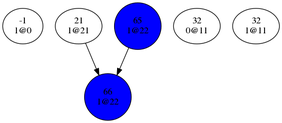
This is dev/bin/conflictGraph0.png from Oxmose/SATSolver, a Graphviz export, as it was before one commit. Its source is kept beside it as dev/bin/conflictGraph0.dot.
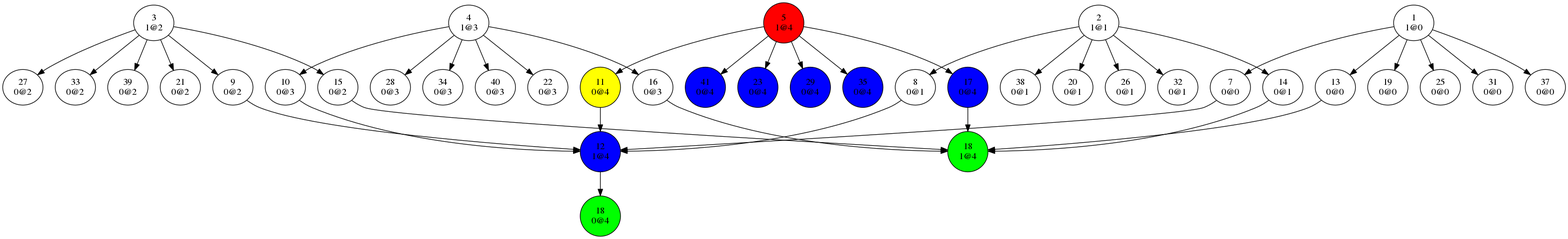
After the change.

Diff of the diagram source:
```diff
@@ -1,18 +1,189 @@
 digraph {
-"-1
-1@0";
+"1
+1@0"->"7
+0@0";
+"1
+1@0"->"13
+0@0";
+"1
+1@0"->"19
+0@0";
+"1
+1@0"->"25
+0@0";
+"1
+1@0"->"31
+0@0";
+"1
+1@0"->"37
+0@0";
+"2
+1@1"->"8
+0@1";
+"2
+1@1"->"14
+0@1";
+"2
+1@1"->"20
+0@1";
+"2
+1@1"->"26
+0@1";
+"2
+1@1"->"32
+0@1";
+"2
+1@1"->"38
+0@1";
+"3
+1@2"->"9
+0@2";
+"3
+1@2"->"15
+0@2";
+"3
+1@2"->"21
+0@2";
+"3
+1@2"->"27
+0@2";
+"3
+1@2"->"33
+0@2";
+"3
+1@2"->"39
+0@2";
+"4
+1@3"->"10
+0@3";
+"4
+1@3"->"16
+0@3";
+"4
+1@3"->"22
+0@3";
+"4
+1@3"->"28
+0@3";
+"4
+1@3"->"34
+0@3";
+"4
+1@3"->"40
+0@3";
+"5
+1@4"->"11
+0@4";
+"5
+1@4"->"17
+0@4";
+"5
+1@4"->"23
+0@4";
+"5
+1@4"->"29
+0@4";
+"5
+1@4"->"35
+0@4";
+"5
+1@4"->"41
+0@4";
+"7
+0@0"->"12
+1@4";
+"8
+0@1"->"12
+1@4";
+"9
+0@2"->"12
+1@4";
+"10
+0@3"->"12
+1@4";
+"11
+0@4"->"12
+1@4";
+"12
+1@4"->"18
+0@4";
+"13
+0@0"->"18
+1@4";
+"14
+0@1"->"18
+1@4";
+"15
+0@2"->"18
+1@4";
+"16
+0@3"->"18
+1@4";
+"17
+0@4"->"18
+1@4";
+"18
+0@4";
+"18
+1@4";
+"19
+0@0";
+"20
+0@1";
 "21
-1@21"->"66
-1@22";
+0@2";
+"22
+0@3";
+"23
+0@4";
+"25
+0@0";
+"26
+0@1";
+"27
+0@2";
+"28
+0@3";
+"29
+0@4";
+"31
+0@0";
 "32
-0@11";
-"32
-1@11";
-"65
-1@22"->"66
-1@22";
-"65
-1@22"[shape=circle, style=filled, fillcolor=blue];
-"66
-1@22"[shape=circle, style=filled, fillcolor=blue];
+0@1";
+"33
+0@2";
+"34
+0@3";
+"35
+0@4";
+"37
+0@0";
+"38
+0@1";
+"39
+0@2";
+"40
+0@3";
+"41
+0@4";
+"5
+1@4"[shape=circle, style=filled, fillcolor=red];
+"11
+0@4"[shape=circle, style=filled, fillcolor=yellow];
+"12
+1@4"[shape=circle, style=filled, fillcolor=blue];
+"17
+0@4"[shape=circle, style=filled, fillcolor=blue];
+"18
+0@4"[shape=circle, style=filled, fillcolor=green];
+"18
+1@4"[shape=circle, style=filled, fillcolor=green];
+"23
+0@4"[shape=circle, style=filled, fillcolor=blue];
+"29
+0@4"[shape=circle, style=filled, fillcolor=blue];
+"35
+0@4"[shape=circle, style=filled, fillcolor=blue];
+"41
+0@4"[shape=circle, style=filled, fillcolor=blue];
 }
```
